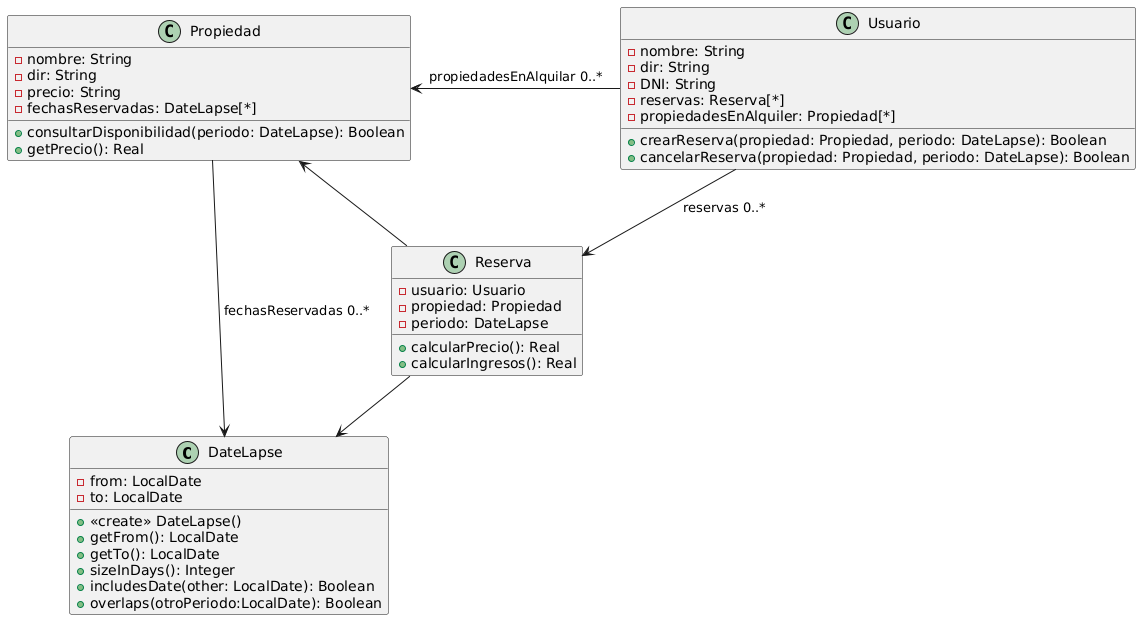
Before: Cuarto Semestre/OO1/Cuadernillo/Ejercicio 17/diagrama_uml.png, a diagram exported from PlantUML (maribvidal/Facultad). Source of this version:
```plantuml
@startuml
class DateLapse {
-from: LocalDate
-to: LocalDate
+<<create>> DateLapse()
+getFrom(): LocalDate
+getTo(): LocalDate
+sizeInDays(): Integer
+includesDate(other: LocalDate): Boolean
+overlaps(otroPeriodo:LocalDate): Boolean
}

class Usuario {
-nombre: String
-dir: String
-DNI: String
-reservas: Reserva[*]
-propiedadesEnAlquiler: Propiedad[*]
+crearReserva(propiedad: Propiedad, periodo: DateLapse): Boolean
+cancelarReserva(propiedad: Propiedad, periodo: DateLapse): Boolean
}

class Propiedad {
-nombre: String
-dir: String
-precio: String
-fechasReservadas: DateLapse[*]
+consultarDisponibilidad(periodo: DateLapse): Boolean
+getPrecio(): Real
}

class Reserva {
-usuario: Usuario
-propiedad: Propiedad
-periodo: DateLapse
+calcularPrecio(): Real
+calcularIngresos(): Real
}

Usuario -down-> Reserva: reservas 0..*
Reserva -down-> Propiedad
Reserva -down-> DateLapse
Propiedad -left-> DateLapse: fechasReservadas 0..*
Usuario -left-> Propiedad: propiedadesEnAlquilar 0..*
@enduml
```
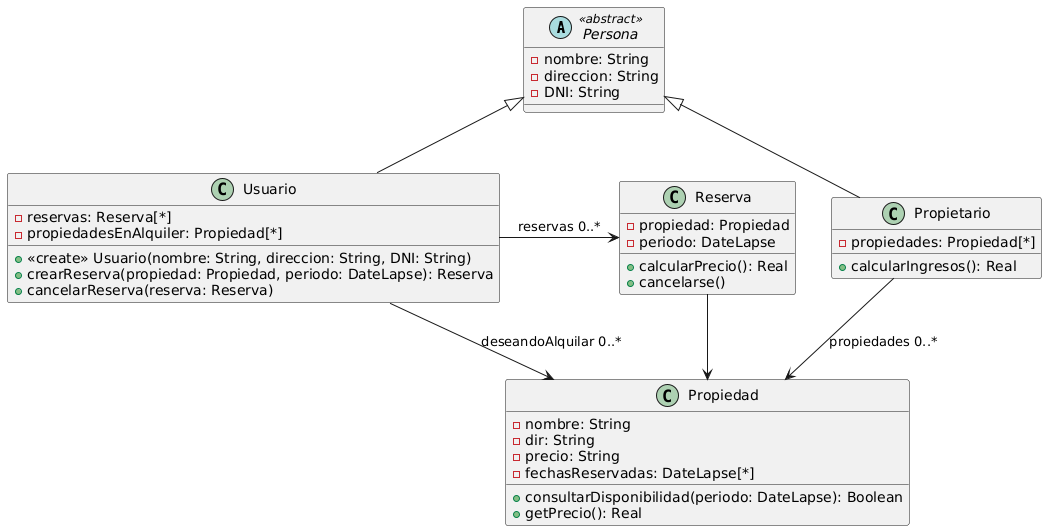
After the change.

Commit message:
Nueva versión

The edit, as a diff of the source:
```diff
@@ -1,23 +1,28 @@
 @startuml
-class DateLapse {
--from: LocalDate
--to: LocalDate
-+<<create>> DateLapse()
-+getFrom(): LocalDate
-+getTo(): LocalDate
-+sizeInDays(): Integer
-+includesDate(other: LocalDate): Boolean
-+overlaps(otroPeriodo:LocalDate): Boolean
+abstract class Persona <<abstract>> {
+-nombre: String
+-direccion: String
+-DNI: String
 }
 
 class Usuario {
--nombre: String
--dir: String
--DNI: String
++<<create>> Usuario(nombre: String, direccion: String, DNI: String)
 -reservas: Reserva[*]
 -propiedadesEnAlquiler: Propiedad[*]
-+crearReserva(propiedad: Propiedad, periodo: DateLapse): Boolean
-+cancelarReserva(propiedad: Propiedad, periodo: DateLapse): Boolean
++crearReserva(propiedad: Propiedad, periodo: DateLapse): Reserva
++cancelarReserva(reserva: Reserva)
+}
+
+class Propietario {
+-propiedades: Propiedad[*]
++calcularIngresos(): Real
+}
+
+class Reserva {
+-propiedad: Propiedad
+-periodo: DateLapse
++calcularPrecio(): Real
++cancelarse()
 }
 
 class Propiedad {
@@ -29,17 +34,11 @@
 +getPrecio(): Real
 }
 
-class Reserva {
--usuario: Usuario
--propiedad: Propiedad
--periodo: DateLapse
-+calcularPrecio(): Real
-+calcularIngresos(): Real
-}
+Persona <|-- Usuario
+Persona <|-- Propietario
 
-Usuario -down-> Reserva: reservas 0..*
-Reserva -down-> Propiedad
-Reserva -down-> DateLapse
-Propiedad -left-> DateLapse: fechasReservadas 0..*
-Usuario -left-> Propiedad: propiedadesEnAlquilar 0..*
+Usuario -right-> Reserva: reservas 0..*
+Usuario --> Propiedad: deseandoAlquilar 0..*
+Reserva --> Propiedad
+Propietario --> Propiedad: propiedades 0..*
 @enduml
```
